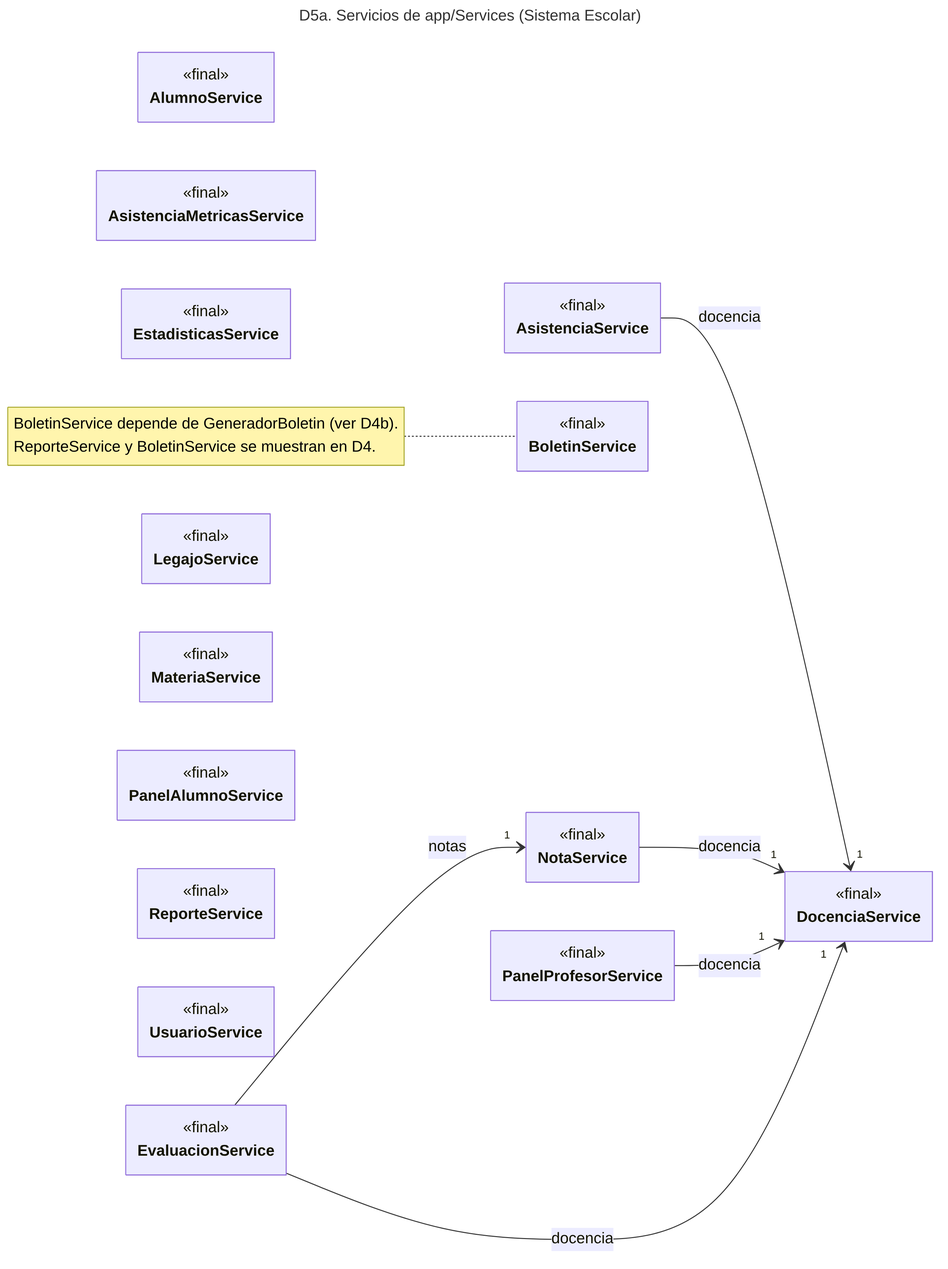
gnvargas-dev/sistema-control-acceso keeps this Mermaid diagram as docs/diagramas/D5a_servicios.png. Above is the earlier version. Its source is kept beside it as docs/diagramas/D5a_servicios.mmd. Its diagram source:
```mermaid
---
title: "D5a. Servicios de app/Services (Sistema Escolar)"
config:
  class:
    hideEmptyMembersBox: true
    nodeSpacing: 12
    rankSpacing: 120
---
classDiagram
direction LR

class AlumnoService {
  <<final>>
}

class AsistenciaMetricasService {
  <<final>>
}

class AsistenciaService {
  <<final>>
}

class BoletinService {
  <<final>>
}

class DocenciaService {
  <<final>>
}

class EstadisticasService {
  <<final>>
}

class EvaluacionService {
  <<final>>
}

class LegajoService {
  <<final>>
}

class MateriaService {
  <<final>>
}

class NotaService {
  <<final>>
}

class PanelAlumnoService {
  <<final>>
}

class PanelProfesorService {
  <<final>>
}

class ReporteService {
  <<final>>
}

class UsuarioService {
  <<final>>
}

AsistenciaService --> "1" DocenciaService : docencia
NotaService --> "1" DocenciaService : docencia
PanelProfesorService --> "1" DocenciaService : docencia
EvaluacionService --> "1" DocenciaService : docencia
EvaluacionService --> "1" NotaService : notas

note for BoletinService "BoletinService depende de GeneradorBoletin (ver D4b).<br/>ReporteService y BoletinService se muestran en D4."
```
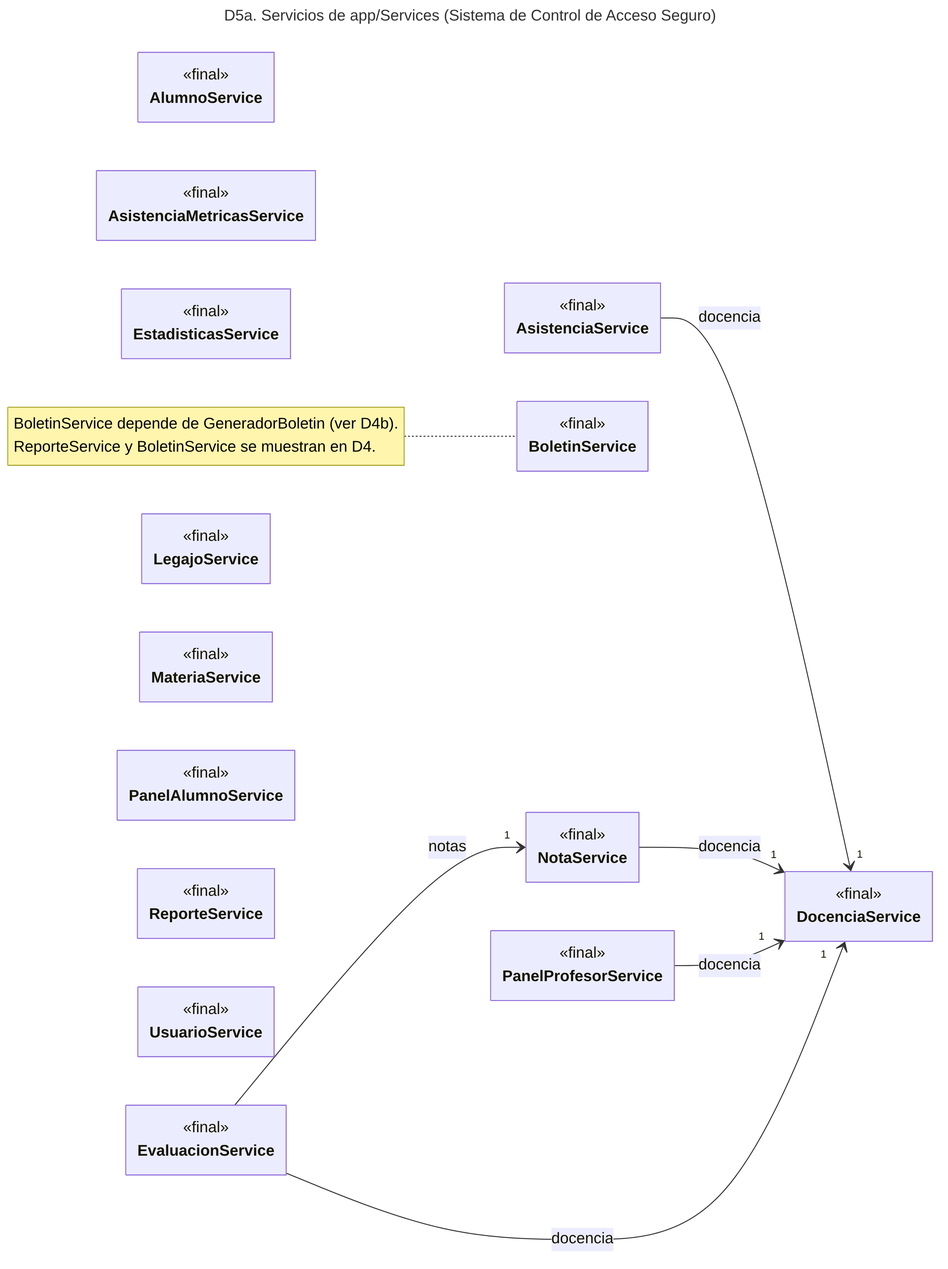
After the change.

The edit, as a diff of the source:
```diff
@@ -1,5 +1,5 @@
 ---
-title: "D5a. Servicios de app/Services (Sistema Escolar)"
+title: "D5a. Servicios de app/Services (Sistema de Control de Acceso Seguro)"
 config:
   class:
     hideEmptyMembersBox: true
```
